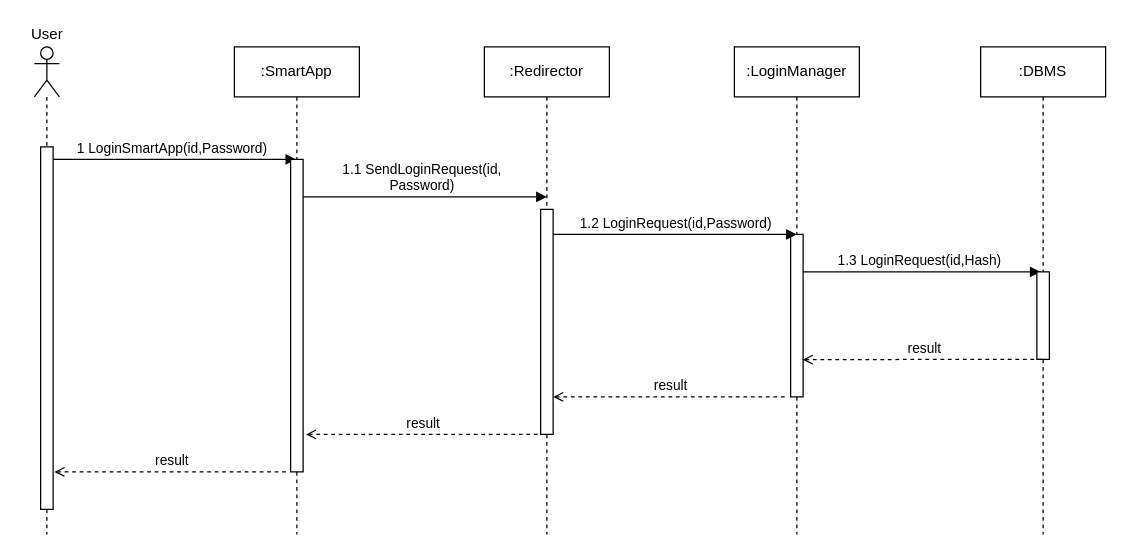
The draw.io diagram DD/Images/RuntimeViewLogin.drawio in StefanoAzzone/AbelliAzzone, before the edit. Source tidied: cells renumbered, new cells numbered last; positions are measured from the earlier drawing's top-left corner, leaving out a move shared by most shapes. Both pictures are drawn from the tidied source at 125%, with x=0, y=0 at pixel (21, 21).
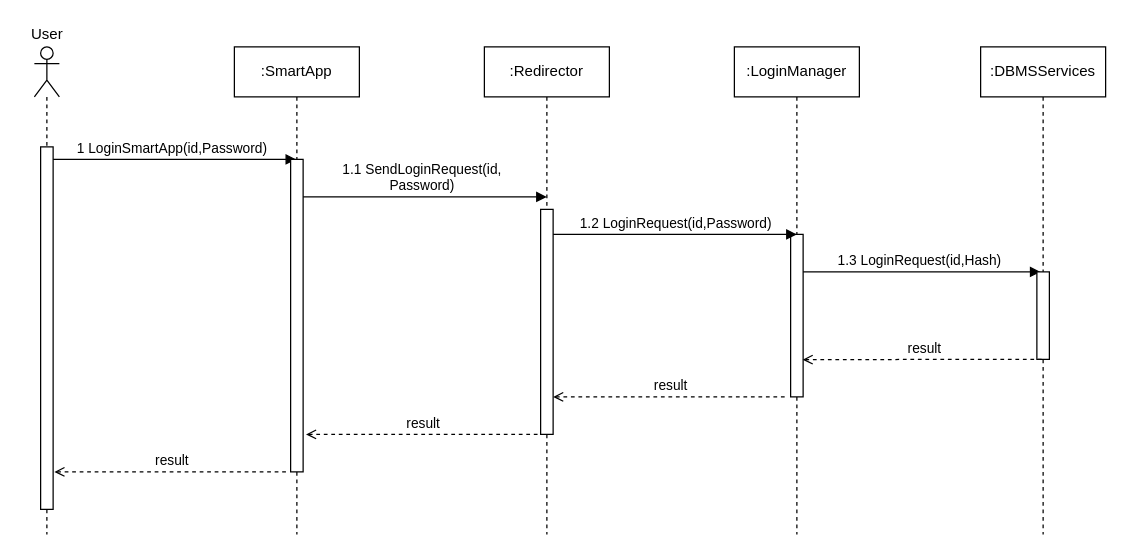
After the change.

The edit, as a diff of the source:
```diff
@@
-    <mxCell id="10" value=":DBMS" style="shape=umlLifeline;perimeter=lifelinePerimeter;whiteSpace=wrap;html=1;" parent="1" vertex="1">
+    <mxCell id="10" value=":DBMSServices" style="shape=umlLifeline;perimeter=lifelinePerimeter;whiteSpace=wrap;html=1;" parent="1" vertex="1">
       <mxGeometry x="767" y="20" width="100" height="390" as="geometry" />
     </mxCell>
```
